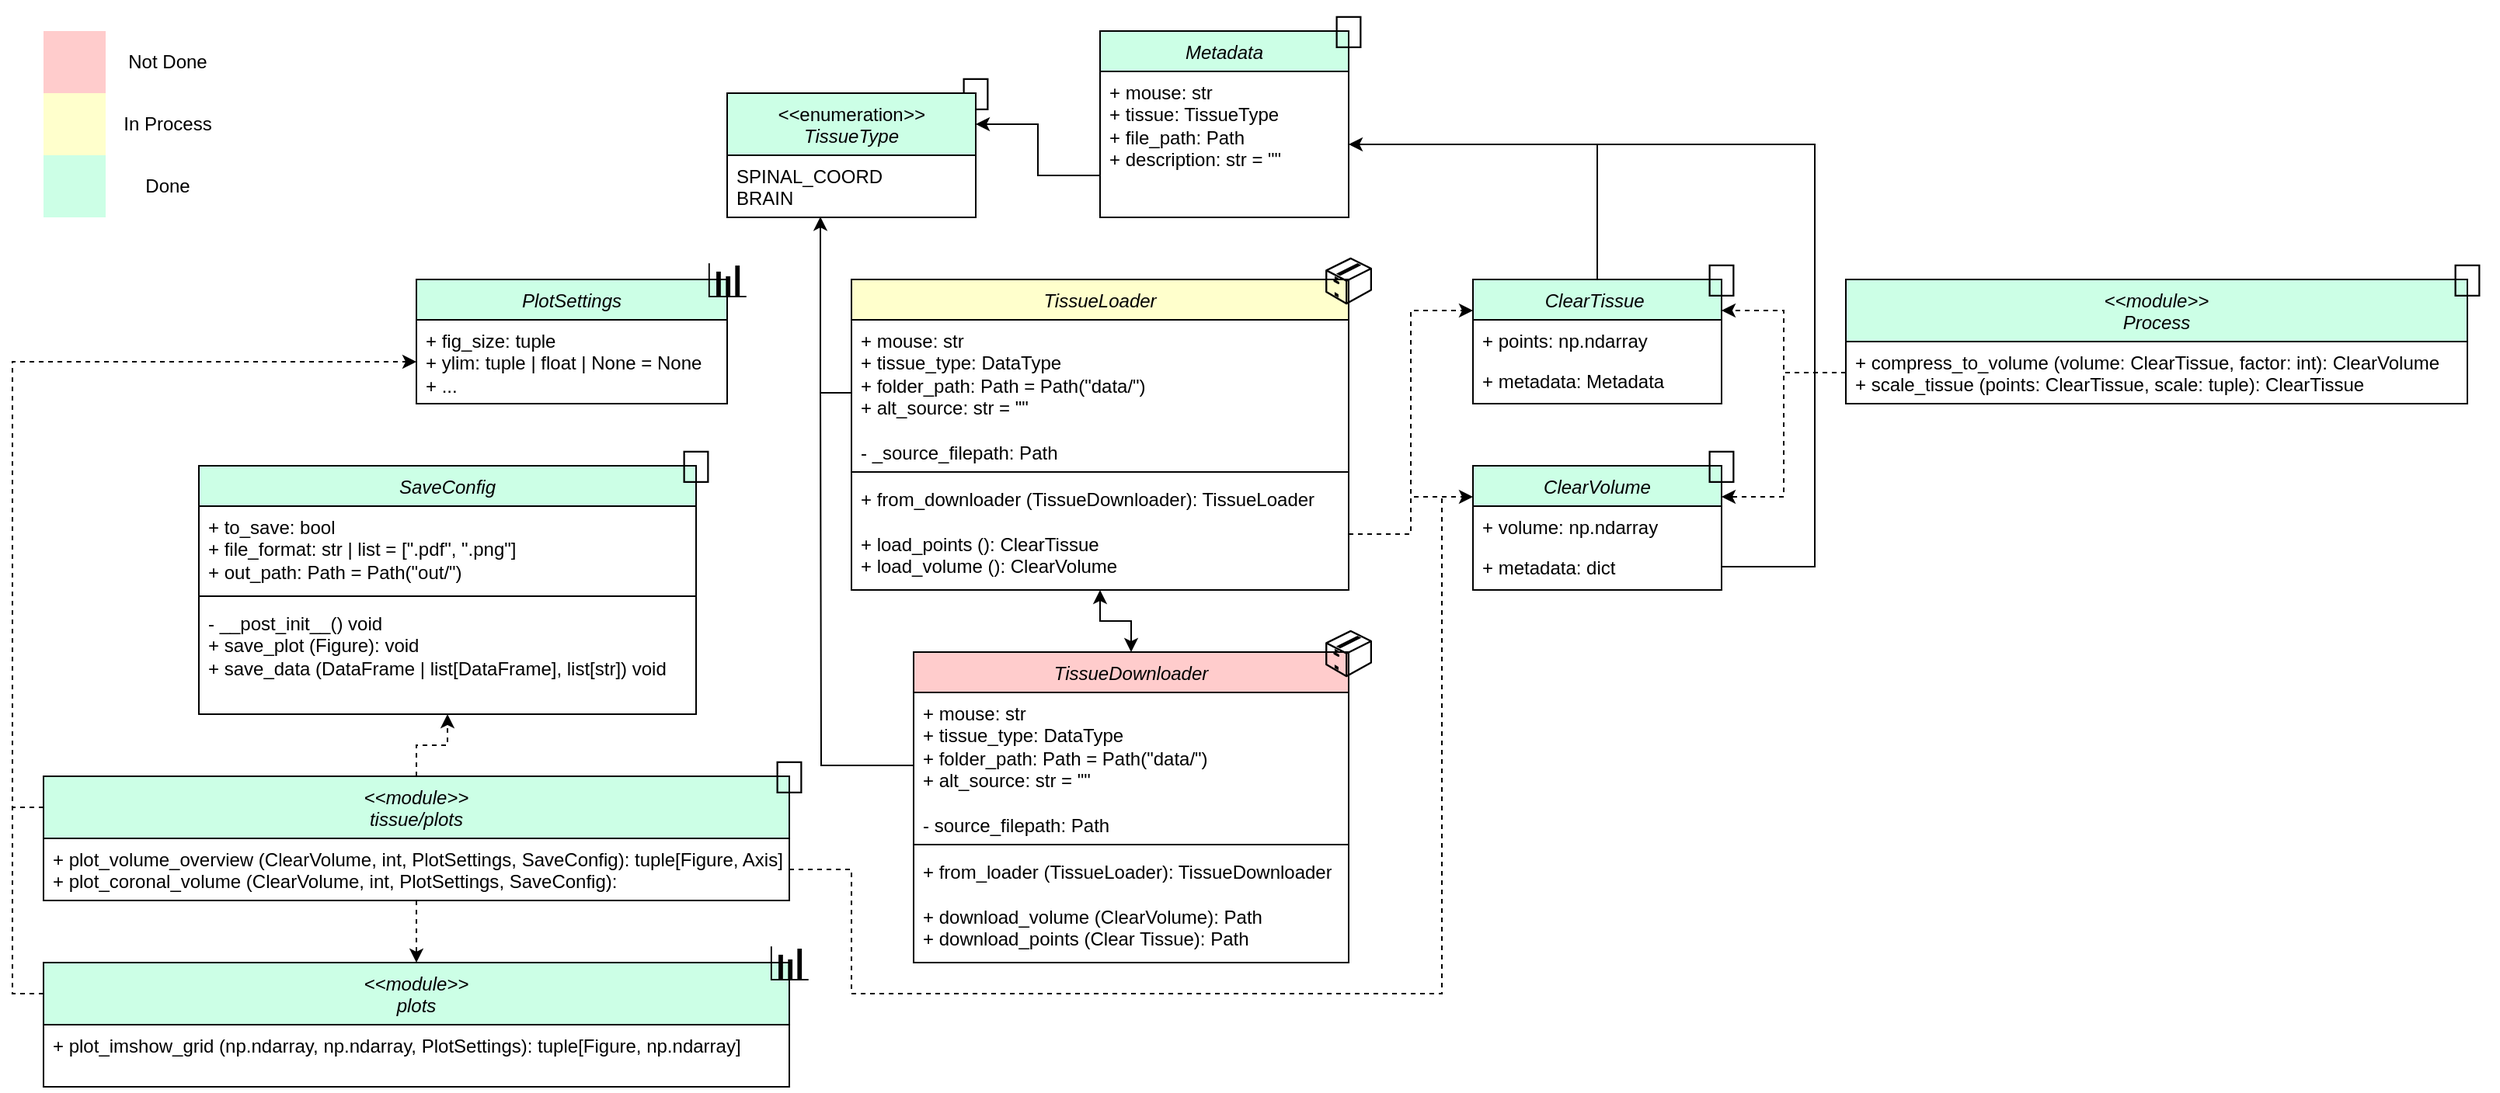
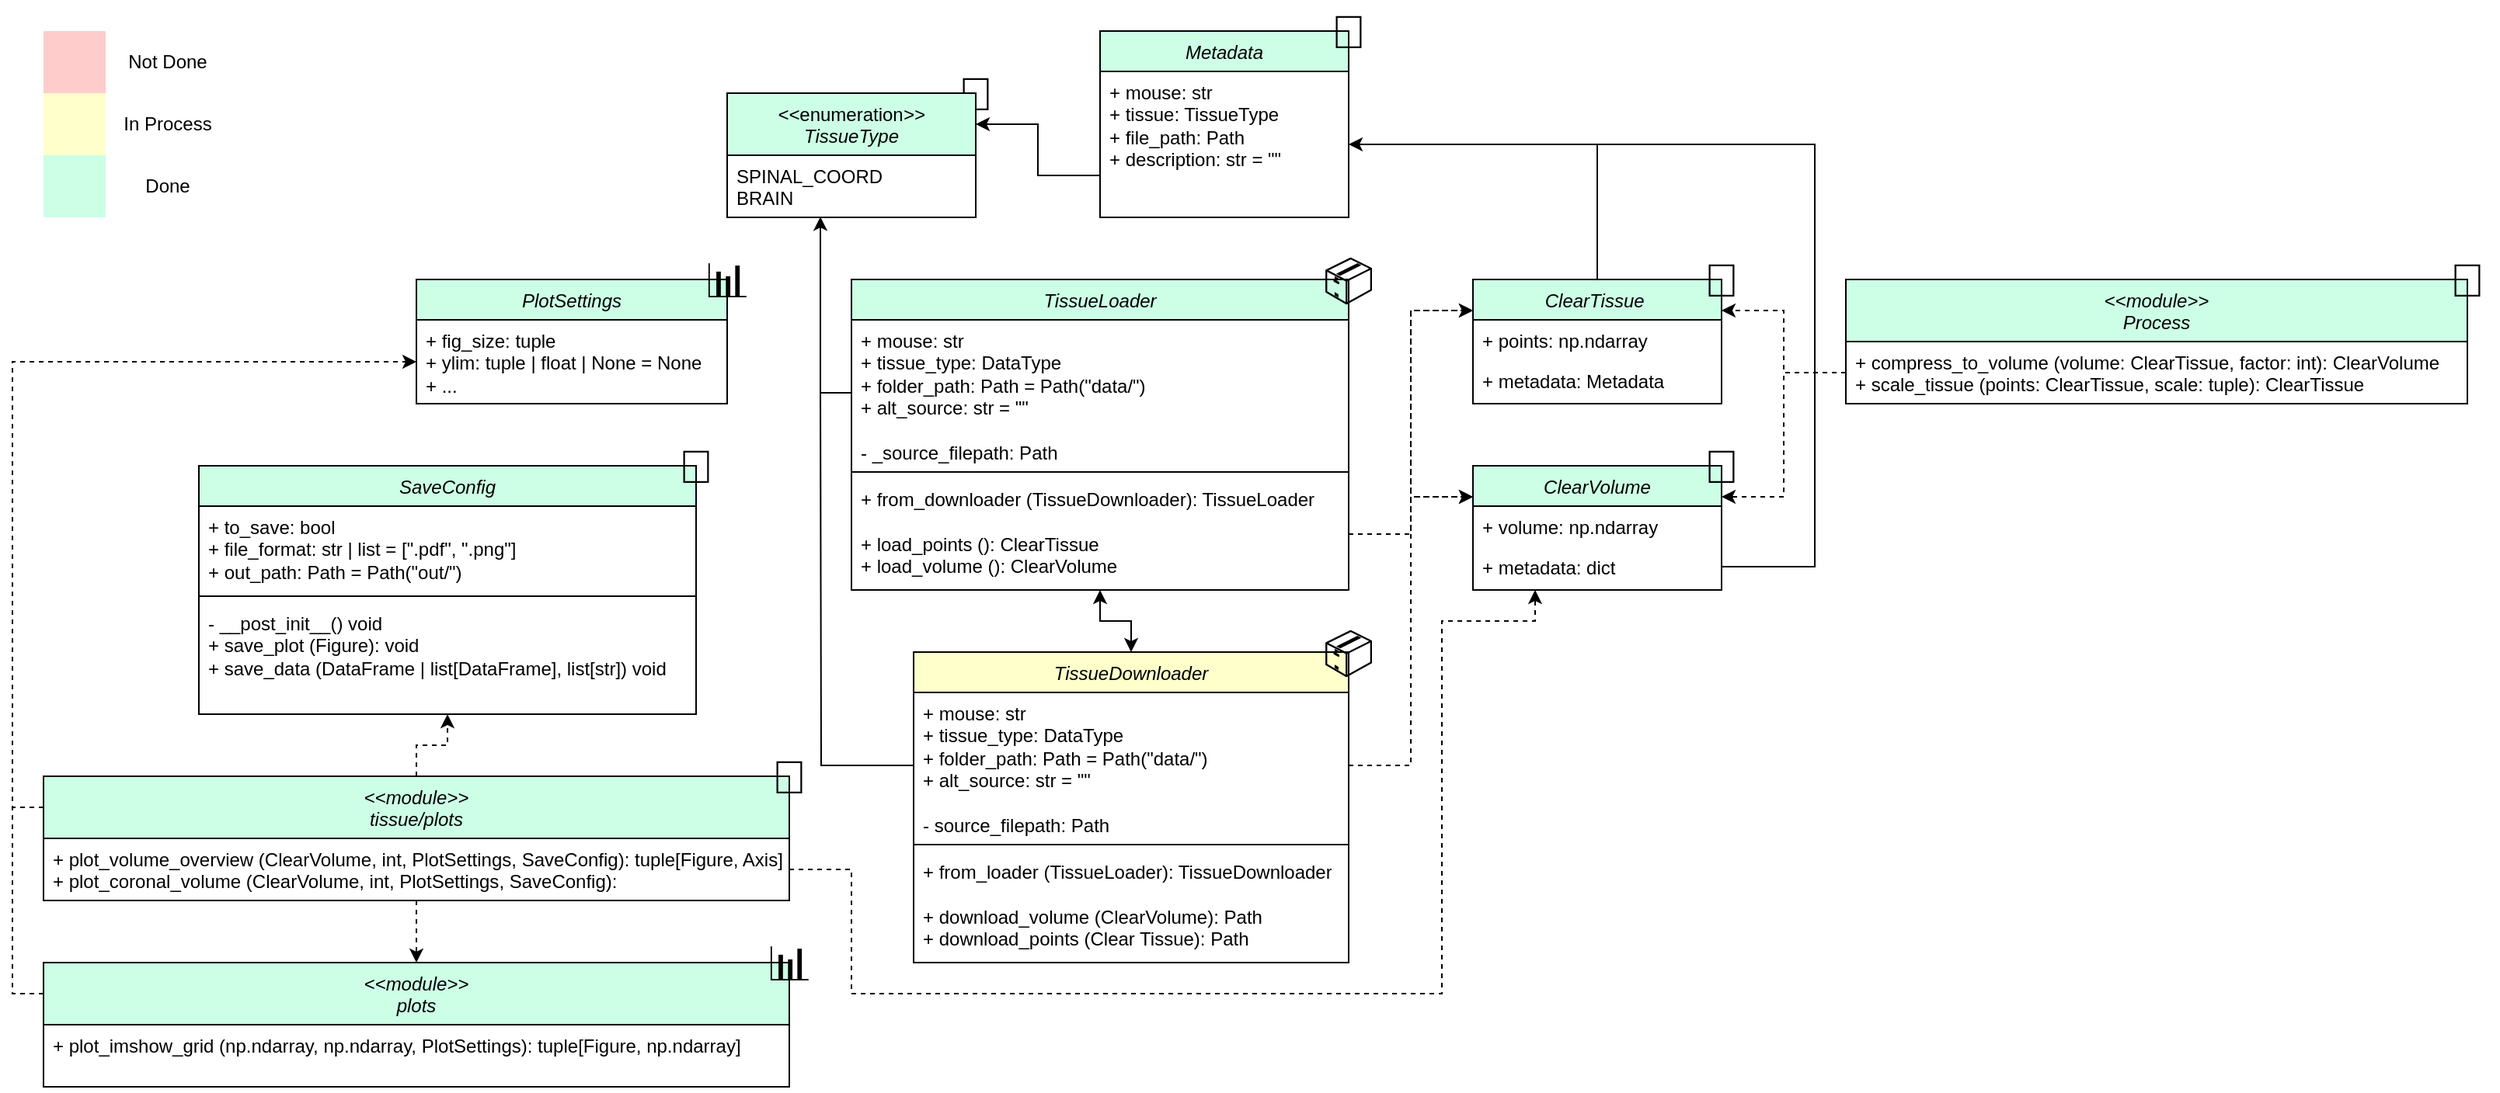
<mxfile host="Electron" agent="Mozilla/5.0 (Macintosh; Intel Mac OS X 10_15_7) AppleWebKit/537.36 (KHTML, like Gecko) draw.io/29.6.1 Chrome/142.0.7444.265 Electron/39.8.0 Safari/537.36" version="29.6.1">
  <diagram id="C5RBs43oDa-KdzZeNtuy" name="Page-1">
    <mxGraphModel dx="2549" dy="1060" grid="1" gridSize="10" guides="1" tooltips="1" connect="1" arrows="1" fold="1" page="1" pageScale="1" pageWidth="827" pageHeight="1169" math="0" shadow="0">
      <root>
        <mxCell id="WIyWlLk6GJQsqaUBKTNV-0" />
        <mxCell id="WIyWlLk6GJQsqaUBKTNV-1" parent="WIyWlLk6GJQsqaUBKTNV-0" />
        <mxCell id="9kSy1MCf90ZuvKtcXz_z-20" edge="1" parent="WIyWlLk6GJQsqaUBKTNV-1" source="9kSy1MCf90ZuvKtcXz_z-16" style="edgeStyle=orthogonalEdgeStyle;rounded=0;orthogonalLoop=1;jettySize=auto;html=1;exitX=0.5;exitY=0;exitDx=0;exitDy=0;startArrow=classic;startFill=1;" target="KJ-KwieZcmjA-HbrrtZJ-0">
          <mxGeometry relative="1" as="geometry" />
        </mxCell>
-         <mxCell id="9kSy1MCf90ZuvKtcXz_z-16" parent="WIyWlLk6GJQsqaUBKTNV-1" style="swimlane;fontStyle=1;align=center;verticalAlign=top;childLayout=stackLayout;horizontal=1;startSize=26;horizontalStack=0;resizeParent=1;resizeParentMax=0;resizeLast=0;collapsible=1;marginBottom=0;whiteSpace=wrap;html=1;fillColor=#FFCCCC;" value="&lt;i style=&quot;font-weight: normal;&quot;&gt;TissueDownloader&lt;/i&gt;" vertex="1">
+         <mxCell id="9kSy1MCf90ZuvKtcXz_z-16" parent="WIyWlLk6GJQsqaUBKTNV-1" style="swimlane;fontStyle=1;align=center;verticalAlign=top;childLayout=stackLayout;horizontal=1;startSize=26;horizontalStack=0;resizeParent=1;resizeParentMax=0;resizeLast=0;collapsible=1;marginBottom=0;whiteSpace=wrap;html=1;fillColor=#FFFFCC;" value="&lt;i style=&quot;font-weight: normal;&quot;&gt;TissueDownloader&lt;/i&gt;" vertex="1">
          <mxGeometry height="200" width="280" x="-200" y="440" as="geometry" />
        </mxCell>
        <mxCell id="9kSy1MCf90ZuvKtcXz_z-35" edge="1" parent="9kSy1MCf90ZuvKtcXz_z-16" source="9kSy1MCf90ZuvKtcXz_z-17" style="edgeStyle=orthogonalEdgeStyle;rounded=0;orthogonalLoop=1;jettySize=auto;html=1;exitX=0;exitY=0.5;exitDx=0;exitDy=0;endArrow=none;endFill=0;">
          <mxGeometry relative="1" as="geometry">
            <mxPoint x="20" y="73" as="sourcePoint" />
            <mxPoint x="-60" y="-170" as="targetPoint" />
          </mxGeometry>
        </mxCell>
        <mxCell id="9kSy1MCf90ZuvKtcXz_z-17" parent="9kSy1MCf90ZuvKtcXz_z-16" style="text;strokeColor=none;fillColor=none;align=left;verticalAlign=top;spacingLeft=4;spacingRight=4;overflow=hidden;rotatable=0;points=[[0,0.5],[1,0.5]];portConstraint=eastwest;whiteSpace=wrap;html=1;" value="&lt;div&gt;+ mouse: str&lt;/div&gt;&lt;div&gt;+ tissue_type: DataType&lt;/div&gt;&lt;div&gt;+ folder_path: Path = Path(&quot;data/&quot;)&lt;/div&gt;&lt;div&gt;+ alt_source: str = &quot;&quot;&lt;/div&gt;&lt;div&gt;&lt;br&gt;&lt;/div&gt;&lt;div&gt;- source_filepath: Path&lt;/div&gt;" vertex="1">
          <mxGeometry height="94" width="280" y="26" as="geometry" />
        </mxCell>
        <mxCell id="9kSy1MCf90ZuvKtcXz_z-18" parent="9kSy1MCf90ZuvKtcXz_z-16" style="line;strokeWidth=1;fillColor=none;align=left;verticalAlign=middle;spacingTop=-1;spacingLeft=3;spacingRight=3;rotatable=0;labelPosition=right;points=[];portConstraint=eastwest;strokeColor=inherit;" value="" vertex="1">
          <mxGeometry height="8" width="280" y="120" as="geometry" />
        </mxCell>
        <mxCell id="9kSy1MCf90ZuvKtcXz_z-19" parent="9kSy1MCf90ZuvKtcXz_z-16" style="text;strokeColor=none;fillColor=none;align=left;verticalAlign=top;spacingLeft=4;spacingRight=4;overflow=hidden;rotatable=0;points=[[0,0.5],[1,0.5]];portConstraint=eastwest;whiteSpace=wrap;html=1;" value="&lt;div&gt;+ from_loader (TissueLoader): TissueDownloader&lt;/div&gt;&lt;div&gt;&lt;br&gt;&lt;/div&gt;+ download_volume (ClearVolume): Path&lt;div&gt;+ download_points (Clear Tissue): Path&lt;/div&gt;" vertex="1">
          <mxGeometry height="72" width="280" y="128" as="geometry" />
        </mxCell>
        <mxCell id="9kSy1MCf90ZuvKtcXz_z-25" edge="1" parent="WIyWlLk6GJQsqaUBKTNV-1" source="9kSy1MCf90ZuvKtcXz_z-7" style="edgeStyle=orthogonalEdgeStyle;rounded=0;orthogonalLoop=1;jettySize=auto;html=1;exitX=0;exitY=0.25;exitDx=0;exitDy=0;entryX=0;entryY=0.5;entryDx=0;entryDy=0;dashed=1;" target="KJ-KwieZcmjA-HbrrtZJ-34">
          <mxGeometry relative="1" as="geometry" />
        </mxCell>
        <mxCell id="9kSy1MCf90ZuvKtcXz_z-7" parent="WIyWlLk6GJQsqaUBKTNV-1" style="swimlane;fontStyle=1;align=center;verticalAlign=top;childLayout=stackLayout;horizontal=1;startSize=40;horizontalStack=0;resizeParent=1;resizeParentMax=0;resizeLast=0;collapsible=1;marginBottom=0;whiteSpace=wrap;html=1;fillColor=#CCFFE6;" value="&lt;div&gt;&lt;i style=&quot;font-weight: normal;&quot;&gt;&amp;lt;&amp;lt;module&amp;gt;&amp;gt;&lt;/i&gt;&lt;i style=&quot;font-weight: normal;&quot;&gt;&lt;/i&gt;&lt;/div&gt;&lt;i style=&quot;font-weight: normal;&quot;&gt;plots&lt;/i&gt;" vertex="1">
          <mxGeometry height="80" width="480" x="-760" y="640" as="geometry" />
        </mxCell>
        <mxCell id="9kSy1MCf90ZuvKtcXz_z-8" parent="9kSy1MCf90ZuvKtcXz_z-7" style="text;strokeColor=none;fillColor=none;align=left;verticalAlign=top;spacingLeft=4;spacingRight=4;overflow=hidden;rotatable=0;points=[[0,0.5],[1,0.5]];portConstraint=eastwest;whiteSpace=wrap;html=1;" value="+ plot_imshow_grid (np.ndarray, np.ndarray, PlotSettings): tuple[Figure, np.ndarray]" vertex="1">
          <mxGeometry height="40" width="480" y="40" as="geometry" />
        </mxCell>
        <mxCell id="9kSy1MCf90ZuvKtcXz_z-2" parent="WIyWlLk6GJQsqaUBKTNV-1" style="swimlane;fontStyle=1;align=center;verticalAlign=top;childLayout=stackLayout;horizontal=1;startSize=26;horizontalStack=0;resizeParent=1;resizeParentMax=0;resizeLast=0;collapsible=1;marginBottom=0;whiteSpace=wrap;html=1;fillColor=#CCFFE6;" value="&lt;i style=&quot;font-weight: normal;&quot;&gt;SaveConfig&lt;/i&gt;" vertex="1">
          <mxGeometry height="160" width="320" x="-660" y="320" as="geometry" />
        </mxCell>
        <mxCell id="9kSy1MCf90ZuvKtcXz_z-3" parent="9kSy1MCf90ZuvKtcXz_z-2" style="text;strokeColor=none;fillColor=none;align=left;verticalAlign=top;spacingLeft=4;spacingRight=4;overflow=hidden;rotatable=0;points=[[0,0.5],[1,0.5]];portConstraint=eastwest;whiteSpace=wrap;html=1;" value="+ to_save&lt;span style=&quot;color: light-dark(rgb(0, 0, 0), rgb(255, 255, 255)); background-color: transparent;&quot;&gt;: bool&lt;/span&gt;&lt;div&gt;+ file_format: str | list = [&quot;.pdf&quot;, &quot;.png&quot;]&lt;/div&gt;&lt;div&gt;+ out_path: Path = Path(&quot;out/&quot;)&lt;/div&gt;" vertex="1">
          <mxGeometry height="54" width="320" y="26" as="geometry" />
        </mxCell>
        <mxCell id="9kSy1MCf90ZuvKtcXz_z-4" parent="9kSy1MCf90ZuvKtcXz_z-2" style="line;strokeWidth=1;fillColor=none;align=left;verticalAlign=middle;spacingTop=-1;spacingLeft=3;spacingRight=3;rotatable=0;labelPosition=right;points=[];portConstraint=eastwest;strokeColor=inherit;" value="" vertex="1">
          <mxGeometry height="8" width="320" y="80" as="geometry" />
        </mxCell>
        <mxCell id="9kSy1MCf90ZuvKtcXz_z-5" parent="9kSy1MCf90ZuvKtcXz_z-2" style="text;strokeColor=none;fillColor=none;align=left;verticalAlign=top;spacingLeft=4;spacingRight=4;overflow=hidden;rotatable=0;points=[[0,0.5],[1,0.5]];portConstraint=eastwest;whiteSpace=wrap;html=1;" value="&lt;div&gt;- __post_init__() void&lt;/div&gt;+ save_plot (Figure): void&lt;div&gt;+ save_data (DataFrame | list[DataFrame], list[str]) void&lt;/div&gt;" vertex="1">
          <mxGeometry height="72" width="320" y="88" as="geometry" />
        </mxCell>
        <mxCell id="zkfFHV4jXpPFQw0GAbJ--0" parent="WIyWlLk6GJQsqaUBKTNV-1" style="swimlane;fontStyle=2;align=center;verticalAlign=top;childLayout=stackLayout;horizontal=1;startSize=26;horizontalStack=0;resizeParent=1;resizeLast=0;collapsible=1;marginBottom=0;rounded=0;shadow=0;strokeWidth=1;fillColor=#CCFFE6;" value="ClearTissue " vertex="1">
          <mxGeometry height="80" width="160" x="160" y="200" as="geometry">
            <mxRectangle height="26" width="160" x="360" y="40" as="alternateBounds" />
          </mxGeometry>
        </mxCell>
        <mxCell id="zkfFHV4jXpPFQw0GAbJ--1" parent="zkfFHV4jXpPFQw0GAbJ--0" style="text;align=left;verticalAlign=top;spacingLeft=4;spacingRight=4;overflow=hidden;rotatable=0;points=[[0,0.5],[1,0.5]];portConstraint=eastwest;" value="+ points: np.ndarray" vertex="1">
          <mxGeometry height="26" width="160" y="26" as="geometry" />
        </mxCell>
        <mxCell id="zkfFHV4jXpPFQw0GAbJ--2" parent="zkfFHV4jXpPFQw0GAbJ--0" style="text;align=left;verticalAlign=top;spacingLeft=4;spacingRight=4;overflow=hidden;rotatable=0;points=[[0,0.5],[1,0.5]];portConstraint=eastwest;rounded=0;shadow=0;html=0;" value="+ metadata: Metadata" vertex="1">
          <mxGeometry height="26" width="160" y="52" as="geometry" />
        </mxCell>
-         <mxCell id="KJ-KwieZcmjA-HbrrtZJ-0" parent="WIyWlLk6GJQsqaUBKTNV-1" style="swimlane;fontStyle=1;align=center;verticalAlign=top;childLayout=stackLayout;horizontal=1;startSize=26;horizontalStack=0;resizeParent=1;resizeParentMax=0;resizeLast=0;collapsible=1;marginBottom=0;whiteSpace=wrap;html=1;fillColor=#FFFFCC;" value="&lt;i style=&quot;font-weight: normal;&quot;&gt;TissueLoader&lt;/i&gt;" vertex="1">
+         <mxCell id="KJ-KwieZcmjA-HbrrtZJ-0" parent="WIyWlLk6GJQsqaUBKTNV-1" style="swimlane;fontStyle=1;align=center;verticalAlign=top;childLayout=stackLayout;horizontal=1;startSize=26;horizontalStack=0;resizeParent=1;resizeParentMax=0;resizeLast=0;collapsible=1;marginBottom=0;whiteSpace=wrap;html=1;fillColor=#CCFFE6;" value="&lt;i style=&quot;font-weight: normal;&quot;&gt;TissueLoader&lt;/i&gt;" vertex="1">
          <mxGeometry height="200" width="320" x="-240" y="200" as="geometry" />
        </mxCell>
        <mxCell id="KJ-KwieZcmjA-HbrrtZJ-1" parent="KJ-KwieZcmjA-HbrrtZJ-0" style="text;strokeColor=none;fillColor=none;align=left;verticalAlign=top;spacingLeft=4;spacingRight=4;overflow=hidden;rotatable=0;points=[[0,0.5],[1,0.5]];portConstraint=eastwest;whiteSpace=wrap;html=1;" value="&lt;div&gt;+ mouse: str&lt;/div&gt;&lt;div&gt;+ tissue_type: DataType&lt;/div&gt;&lt;div&gt;+ folder_path: Path = Path(&quot;data/&quot;)&lt;/div&gt;&lt;div&gt;+ alt_source: str = &quot;&quot;&lt;/div&gt;&lt;div&gt;&lt;br&gt;&lt;/div&gt;&lt;div&gt;- _source_filepath: Path&lt;/div&gt;" vertex="1">
          <mxGeometry height="94" width="320" y="26" as="geometry" />
        </mxCell>
        <mxCell id="KJ-KwieZcmjA-HbrrtZJ-2" parent="KJ-KwieZcmjA-HbrrtZJ-0" style="line;strokeWidth=1;fillColor=none;align=left;verticalAlign=middle;spacingTop=-1;spacingLeft=3;spacingRight=3;rotatable=0;labelPosition=right;points=[];portConstraint=eastwest;strokeColor=inherit;" value="" vertex="1">
          <mxGeometry height="8" width="320" y="120" as="geometry" />
        </mxCell>
        <mxCell id="KJ-KwieZcmjA-HbrrtZJ-3" parent="KJ-KwieZcmjA-HbrrtZJ-0" style="text;strokeColor=none;fillColor=none;align=left;verticalAlign=top;spacingLeft=4;spacingRight=4;overflow=hidden;rotatable=0;points=[[0,0.5],[1,0.5]];portConstraint=eastwest;whiteSpace=wrap;html=1;" value="&lt;div&gt;&lt;span style=&quot;background-color: transparent; color: light-dark(rgb(0, 0, 0), rgb(255, 255, 255));&quot;&gt;+ from_downloader (TissueDownloader): TissueLoader&lt;/span&gt;&lt;/div&gt;&lt;div&gt;&lt;span style=&quot;background-color: transparent; color: light-dark(rgb(0, 0, 0), rgb(255, 255, 255));&quot;&gt;&lt;br&gt;&lt;/span&gt;&lt;/div&gt;&lt;div&gt;&lt;span style=&quot;background-color: transparent; color: light-dark(rgb(0, 0, 0), rgb(255, 255, 255));&quot;&gt;+ load_points (): ClearTissue&lt;/span&gt;&lt;/div&gt;&lt;div&gt;&lt;span style=&quot;background-color: transparent;&quot;&gt;&lt;font style=&quot;color: light-dark(rgb(0, 0, 0), rgb(255, 255, 255));&quot;&gt;+ load_volume (): ClearVolume&lt;/font&gt;&lt;/span&gt;&lt;/div&gt;&lt;div&gt;&lt;span style=&quot;background-color: transparent;&quot;&gt;&lt;font style=&quot;color: light-dark(rgb(0, 0, 0), rgb(255, 255, 255));&quot;&gt;&lt;br&gt;&lt;/font&gt;&lt;/span&gt;&lt;/div&gt;" vertex="1">
          <mxGeometry height="72" width="320" y="128" as="geometry" />
        </mxCell>
        <mxCell id="KJ-KwieZcmjA-HbrrtZJ-15" edge="1" parent="WIyWlLk6GJQsqaUBKTNV-1" source="KJ-KwieZcmjA-HbrrtZJ-3" style="edgeStyle=orthogonalEdgeStyle;rounded=0;orthogonalLoop=1;jettySize=auto;html=1;exitX=1;exitY=0.5;exitDx=0;exitDy=0;entryX=0;entryY=0.25;entryDx=0;entryDy=0;dashed=1;" target="zkfFHV4jXpPFQw0GAbJ--0">
          <mxGeometry relative="1" as="geometry" />
        </mxCell>
        <mxCell id="KJ-KwieZcmjA-HbrrtZJ-16" parent="WIyWlLk6GJQsqaUBKTNV-1" style="swimlane;fontStyle=2;align=center;verticalAlign=top;childLayout=stackLayout;horizontal=1;startSize=26;horizontalStack=0;resizeParent=1;resizeLast=0;collapsible=1;marginBottom=0;rounded=0;shadow=0;strokeWidth=1;fillColor=light-dark(#ccffe6, #1f2f1e);" value="ClearVolume" vertex="1">
          <mxGeometry height="80" width="160" x="160" y="320" as="geometry">
            <mxRectangle height="26" width="160" x="360" y="40" as="alternateBounds" />
          </mxGeometry>
        </mxCell>
        <mxCell id="KJ-KwieZcmjA-HbrrtZJ-17" parent="KJ-KwieZcmjA-HbrrtZJ-16" style="text;align=left;verticalAlign=top;spacingLeft=4;spacingRight=4;overflow=hidden;rotatable=0;points=[[0,0.5],[1,0.5]];portConstraint=eastwest;" value="+ volume: np.ndarray" vertex="1">
          <mxGeometry height="26" width="160" y="26" as="geometry" />
        </mxCell>
        <mxCell id="KJ-KwieZcmjA-HbrrtZJ-18" parent="KJ-KwieZcmjA-HbrrtZJ-16" style="text;align=left;verticalAlign=top;spacingLeft=4;spacingRight=4;overflow=hidden;rotatable=0;points=[[0,0.5],[1,0.5]];portConstraint=eastwest;rounded=0;shadow=0;html=0;" value="+ metadata: dict" vertex="1">
          <mxGeometry height="26" width="160" y="52" as="geometry" />
        </mxCell>
        <mxCell id="KJ-KwieZcmjA-HbrrtZJ-19" edge="1" parent="WIyWlLk6GJQsqaUBKTNV-1" source="KJ-KwieZcmjA-HbrrtZJ-3" style="edgeStyle=orthogonalEdgeStyle;rounded=0;orthogonalLoop=1;jettySize=auto;html=1;exitX=1;exitY=0.5;exitDx=0;exitDy=0;entryX=0;entryY=0.25;entryDx=0;entryDy=0;dashed=1;" target="KJ-KwieZcmjA-HbrrtZJ-16">
          <mxGeometry relative="1" as="geometry" />
        </mxCell>
        <mxCell id="KJ-KwieZcmjA-HbrrtZJ-23" parent="WIyWlLk6GJQsqaUBKTNV-1" style="swimlane;fontStyle=1;align=center;verticalAlign=top;childLayout=stackLayout;horizontal=1;startSize=40;horizontalStack=0;resizeParent=1;resizeParentMax=0;resizeLast=0;collapsible=1;marginBottom=0;whiteSpace=wrap;html=1;fillColor=light-dark(#ccffe6, #1f2f1e);" value="&lt;div&gt;&lt;i style=&quot;font-weight: normal;&quot;&gt;&amp;lt;&amp;lt;module&amp;gt;&amp;gt;&lt;/i&gt;&lt;/div&gt;&lt;i style=&quot;font-weight: normal;&quot;&gt;Process&lt;/i&gt;" vertex="1">
          <mxGeometry height="80" width="400" x="400" y="200" as="geometry" />
        </mxCell>
        <mxCell id="KJ-KwieZcmjA-HbrrtZJ-26" parent="KJ-KwieZcmjA-HbrrtZJ-23" style="text;strokeColor=none;fillColor=none;align=left;verticalAlign=top;spacingLeft=4;spacingRight=4;overflow=hidden;rotatable=0;points=[[0,0.5],[1,0.5]];portConstraint=eastwest;whiteSpace=wrap;html=1;" value="+ compress_to_volume (volume: ClearTissue, factor: int): ClearVolume&lt;div&gt;+ scale_tissue (points: ClearTissue, scale: tuple): ClearTissue&lt;/div&gt;" vertex="1">
          <mxGeometry height="40" width="400" y="40" as="geometry" />
        </mxCell>
        <mxCell id="KJ-KwieZcmjA-HbrrtZJ-27" edge="1" parent="WIyWlLk6GJQsqaUBKTNV-1" source="KJ-KwieZcmjA-HbrrtZJ-26" style="edgeStyle=orthogonalEdgeStyle;rounded=0;orthogonalLoop=1;jettySize=auto;html=1;exitX=0;exitY=0.5;exitDx=0;exitDy=0;entryX=1;entryY=0.25;entryDx=0;entryDy=0;dashed=1;" target="zkfFHV4jXpPFQw0GAbJ--0">
          <mxGeometry relative="1" as="geometry" />
        </mxCell>
        <mxCell id="KJ-KwieZcmjA-HbrrtZJ-28" edge="1" parent="WIyWlLk6GJQsqaUBKTNV-1" source="KJ-KwieZcmjA-HbrrtZJ-26" style="edgeStyle=orthogonalEdgeStyle;rounded=0;orthogonalLoop=1;jettySize=auto;html=1;exitX=0;exitY=0.5;exitDx=0;exitDy=0;entryX=1;entryY=0.25;entryDx=0;entryDy=0;dashed=1;" target="KJ-KwieZcmjA-HbrrtZJ-16">
          <mxGeometry relative="1" as="geometry" />
        </mxCell>
        <mxCell id="9kSy1MCf90ZuvKtcXz_z-9" edge="1" parent="WIyWlLk6GJQsqaUBKTNV-1" source="KJ-KwieZcmjA-HbrrtZJ-29" style="edgeStyle=orthogonalEdgeStyle;rounded=0;orthogonalLoop=1;jettySize=auto;html=1;exitX=0.5;exitY=1;exitDx=0;exitDy=0;entryX=0.5;entryY=0;entryDx=0;entryDy=0;dashed=1;" target="9kSy1MCf90ZuvKtcXz_z-7">
          <mxGeometry relative="1" as="geometry" />
        </mxCell>
        <mxCell id="9kSy1MCf90ZuvKtcXz_z-29" edge="1" parent="WIyWlLk6GJQsqaUBKTNV-1" source="KJ-KwieZcmjA-HbrrtZJ-29" style="edgeStyle=orthogonalEdgeStyle;rounded=0;orthogonalLoop=1;jettySize=auto;html=1;exitX=0;exitY=0.25;exitDx=0;exitDy=0;dashed=1;endArrow=none;endFill=0;">
          <mxGeometry relative="1" as="geometry">
            <mxPoint x="-780" y="540" as="targetPoint" />
          </mxGeometry>
        </mxCell>
        <mxCell id="9kSy1MCf90ZuvKtcXz_z-30" edge="1" parent="WIyWlLk6GJQsqaUBKTNV-1" source="KJ-KwieZcmjA-HbrrtZJ-29" style="edgeStyle=orthogonalEdgeStyle;rounded=0;orthogonalLoop=1;jettySize=auto;html=1;exitX=0.5;exitY=0;exitDx=0;exitDy=0;dashed=1;" target="9kSy1MCf90ZuvKtcXz_z-2">
          <mxGeometry relative="1" as="geometry" />
        </mxCell>
        <mxCell id="KJ-KwieZcmjA-HbrrtZJ-29" parent="WIyWlLk6GJQsqaUBKTNV-1" style="swimlane;fontStyle=1;align=center;verticalAlign=top;childLayout=stackLayout;horizontal=1;startSize=40;horizontalStack=0;resizeParent=1;resizeParentMax=0;resizeLast=0;collapsible=1;marginBottom=0;whiteSpace=wrap;html=1;fillColor=#CCFFE6;" value="&lt;div&gt;&lt;i style=&quot;font-weight: normal;&quot;&gt;&amp;lt;&amp;lt;module&amp;gt;&amp;gt;&lt;/i&gt;&lt;i style=&quot;font-weight: normal;&quot;&gt;&lt;/i&gt;&lt;/div&gt;&lt;i style=&quot;font-weight: normal;&quot;&gt;tissue/plots&lt;/i&gt;" vertex="1">
          <mxGeometry height="80" width="480" x="-760" y="520" as="geometry" />
        </mxCell>
        <mxCell id="KJ-KwieZcmjA-HbrrtZJ-32" parent="KJ-KwieZcmjA-HbrrtZJ-29" style="text;strokeColor=none;fillColor=none;align=left;verticalAlign=top;spacingLeft=4;spacingRight=4;overflow=hidden;rotatable=0;points=[[0,0.5],[1,0.5]];portConstraint=eastwest;whiteSpace=wrap;html=1;" value="+ plot_volume_overview (ClearVolume, int, PlotSettings, SaveConfig): tuple[Figure, Axis]&lt;div&gt;+ plot_coronal_volume&amp;nbsp;&lt;span style=&quot;background-color: transparent; color: light-dark(rgb(0, 0, 0), rgb(255, 255, 255));&quot;&gt;(ClearVolume, int,&amp;nbsp;&lt;/span&gt;PlotSettings&lt;span style=&quot;background-color: transparent; color: light-dark(rgb(0, 0, 0), rgb(255, 255, 255));&quot;&gt;, SaveConfig):&lt;/span&gt;&lt;/div&gt;" vertex="1">
          <mxGeometry height="40" width="480" y="40" as="geometry" />
        </mxCell>
        <mxCell id="KJ-KwieZcmjA-HbrrtZJ-33" parent="WIyWlLk6GJQsqaUBKTNV-1" style="swimlane;fontStyle=1;align=center;verticalAlign=top;childLayout=stackLayout;horizontal=1;startSize=26;horizontalStack=0;resizeParent=1;resizeParentMax=0;resizeLast=0;collapsible=1;marginBottom=0;whiteSpace=wrap;html=1;fillColor=#CCFFE6;" value="&lt;span style=&quot;font-weight: 400; text-align: left;&quot;&gt;&lt;i&gt;PlotSettings&lt;/i&gt;&lt;/span&gt;" vertex="1">
          <mxGeometry height="80" width="200" x="-520" y="200" as="geometry" />
        </mxCell>
        <mxCell id="KJ-KwieZcmjA-HbrrtZJ-34" parent="KJ-KwieZcmjA-HbrrtZJ-33" style="text;strokeColor=none;fillColor=none;align=left;verticalAlign=top;spacingLeft=4;spacingRight=4;overflow=hidden;rotatable=0;points=[[0,0.5],[1,0.5]];portConstraint=eastwest;whiteSpace=wrap;html=1;" value="+ fig_size: tuple&lt;div&gt;+ ylim: tuple | float | None = None&lt;/div&gt;&lt;div&gt;+ ...&lt;/div&gt;" vertex="1">
          <mxGeometry height="54" width="200" y="26" as="geometry" />
        </mxCell>
-         <mxCell id="KJ-KwieZcmjA-HbrrtZJ-41" edge="1" parent="WIyWlLk6GJQsqaUBKTNV-1" source="KJ-KwieZcmjA-HbrrtZJ-32" style="edgeStyle=orthogonalEdgeStyle;rounded=0;orthogonalLoop=1;jettySize=auto;html=1;exitX=1;exitY=0.5;exitDx=0;exitDy=0;dashed=1;strokeWidth=1;endArrow=none;endFill=0;">
+         <mxCell id="KJ-KwieZcmjA-HbrrtZJ-41" edge="1" parent="WIyWlLk6GJQsqaUBKTNV-1" source="KJ-KwieZcmjA-HbrrtZJ-32" style="edgeStyle=orthogonalEdgeStyle;rounded=0;orthogonalLoop=1;jettySize=auto;html=1;exitX=1;exitY=0.5;exitDx=0;exitDy=0;dashed=1;strokeWidth=1;endArrow=classic;endFill=1;entryX=0.25;entryY=1;entryDx=0;entryDy=0;" target="KJ-KwieZcmjA-HbrrtZJ-16">
          <mxGeometry relative="1" as="geometry">
            <Array as="points">
              <mxPoint x="-240" y="580" />
              <mxPoint x="-240" y="660" />
              <mxPoint x="140" y="660" />
+               <mxPoint x="140" y="420" />
+               <mxPoint x="200" y="420" />
            </Array>
            <mxPoint x="140" y="340" as="targetPoint" />
          </mxGeometry>
        </mxCell>
        <mxCell id="KJ-KwieZcmjA-HbrrtZJ-43" parent="WIyWlLk6GJQsqaUBKTNV-1" style="rounded=0;whiteSpace=wrap;html=1;strokeColor=none;fillColor=#CCFFE6;" value="" vertex="1">
          <mxGeometry height="40" width="40" x="-760" y="120" as="geometry" />
        </mxCell>
        <mxCell id="KJ-KwieZcmjA-HbrrtZJ-44" parent="WIyWlLk6GJQsqaUBKTNV-1" style="rounded=0;whiteSpace=wrap;html=1;strokeColor=none;fillColor=#FFFFCC;" value="" vertex="1">
          <mxGeometry height="40" width="40" x="-760" y="80" as="geometry" />
        </mxCell>
        <mxCell id="KJ-KwieZcmjA-HbrrtZJ-45" parent="WIyWlLk6GJQsqaUBKTNV-1" style="rounded=0;whiteSpace=wrap;html=1;strokeColor=none;fillColor=#FFCCCC;" value="" vertex="1">
          <mxGeometry height="40" width="40" x="-760" y="40" as="geometry" />
        </mxCell>
        <mxCell id="KJ-KwieZcmjA-HbrrtZJ-46" parent="WIyWlLk6GJQsqaUBKTNV-1" style="text;html=1;whiteSpace=wrap;strokeColor=none;fillColor=none;align=center;verticalAlign=middle;rounded=0;" value="Not Done" vertex="1">
          <mxGeometry height="40" width="80" x="-720" y="40" as="geometry" />
        </mxCell>
        <mxCell id="KJ-KwieZcmjA-HbrrtZJ-47" parent="WIyWlLk6GJQsqaUBKTNV-1" style="text;html=1;whiteSpace=wrap;strokeColor=none;fillColor=none;align=center;verticalAlign=middle;rounded=0;" value="In Process" vertex="1">
          <mxGeometry height="40" width="80" x="-720" y="80" as="geometry" />
        </mxCell>
        <mxCell id="KJ-KwieZcmjA-HbrrtZJ-48" parent="WIyWlLk6GJQsqaUBKTNV-1" style="text;html=1;whiteSpace=wrap;strokeColor=none;fillColor=none;align=center;verticalAlign=middle;rounded=0;" value="Done" vertex="1">
          <mxGeometry height="40" width="80" x="-720" y="120" as="geometry" />
        </mxCell>
        <mxCell id="KJ-KwieZcmjA-HbrrtZJ-51" parent="WIyWlLk6GJQsqaUBKTNV-1" style="text;html=1;whiteSpace=wrap;strokeColor=none;fillColor=none;align=center;verticalAlign=middle;rounded=0;fontSize=30;" value="📦" vertex="1">
          <mxGeometry height="40" width="40" x="60" y="180" as="geometry" />
        </mxCell>
        <mxCell id="KJ-KwieZcmjA-HbrrtZJ-52" parent="WIyWlLk6GJQsqaUBKTNV-1" style="text;html=1;whiteSpace=wrap;strokeColor=none;fillColor=none;align=center;verticalAlign=middle;rounded=0;fontSize=30;" value="🧪" vertex="1">
          <mxGeometry height="40" width="40" x="300" y="180" as="geometry" />
        </mxCell>
        <mxCell id="KJ-KwieZcmjA-HbrrtZJ-53" parent="WIyWlLk6GJQsqaUBKTNV-1" style="text;html=1;whiteSpace=wrap;strokeColor=none;fillColor=none;align=center;verticalAlign=middle;rounded=0;fontSize=30;" value="🧪" vertex="1">
          <mxGeometry height="40" width="40" x="300" y="300" as="geometry" />
        </mxCell>
        <mxCell id="KJ-KwieZcmjA-HbrrtZJ-54" parent="WIyWlLk6GJQsqaUBKTNV-1" style="text;html=1;whiteSpace=wrap;strokeColor=none;fillColor=none;align=center;verticalAlign=middle;rounded=0;fontSize=30;" value="📊" vertex="1">
          <mxGeometry height="40" width="40" x="-300" y="620" as="geometry" />
        </mxCell>
        <mxCell id="KJ-KwieZcmjA-HbrrtZJ-55" parent="WIyWlLk6GJQsqaUBKTNV-1" style="text;html=1;whiteSpace=wrap;strokeColor=none;fillColor=none;align=center;verticalAlign=middle;rounded=0;fontSize=30;" value="📊" vertex="1">
          <mxGeometry height="40" width="40" x="-340" y="180" as="geometry" />
        </mxCell>
        <mxCell id="KJ-KwieZcmjA-HbrrtZJ-56" parent="WIyWlLk6GJQsqaUBKTNV-1" style="text;html=1;whiteSpace=wrap;strokeColor=none;fillColor=none;align=center;verticalAlign=middle;rounded=0;fontSize=30;" value="💾" vertex="1">
          <mxGeometry height="40" width="40" x="-360" y="300" as="geometry" />
        </mxCell>
        <mxCell id="KJ-KwieZcmjA-HbrrtZJ-57" parent="WIyWlLk6GJQsqaUBKTNV-1" style="text;html=1;whiteSpace=wrap;strokeColor=none;fillColor=none;align=center;verticalAlign=middle;rounded=0;fontSize=30;" value="🍔" vertex="1">
          <mxGeometry height="40" width="40" x="780" y="180" as="geometry" />
        </mxCell>
        <mxCell id="KJ-KwieZcmjA-HbrrtZJ-58" parent="WIyWlLk6GJQsqaUBKTNV-1" style="swimlane;fontStyle=1;align=center;verticalAlign=top;childLayout=stackLayout;horizontal=1;startSize=26;horizontalStack=0;resizeParent=1;resizeParentMax=0;resizeLast=0;collapsible=1;marginBottom=0;whiteSpace=wrap;html=1;fillColor=#CCFFE6;" value="&lt;i style=&quot;font-weight: normal;&quot;&gt;Metadata&lt;/i&gt;" vertex="1">
          <mxGeometry height="120" width="160" x="-80" y="40" as="geometry" />
        </mxCell>
        <mxCell id="KJ-KwieZcmjA-HbrrtZJ-59" parent="KJ-KwieZcmjA-HbrrtZJ-58" style="text;strokeColor=none;fillColor=none;align=left;verticalAlign=top;spacingLeft=4;spacingRight=4;overflow=hidden;rotatable=0;points=[[0,0.5],[1,0.5]];portConstraint=eastwest;whiteSpace=wrap;html=1;" value="+ mouse: str&lt;div&gt;+ tissue: TissueType&lt;/div&gt;&lt;div&gt;+ file_path: Path&lt;/div&gt;&lt;div&gt;+ description: str = &quot;&quot;&lt;/div&gt;" vertex="1">
          <mxGeometry height="94" width="160" y="26" as="geometry" />
        </mxCell>
        <mxCell id="KJ-KwieZcmjA-HbrrtZJ-60" parent="WIyWlLk6GJQsqaUBKTNV-1" style="text;html=1;whiteSpace=wrap;strokeColor=none;fillColor=none;align=center;verticalAlign=middle;rounded=0;fontSize=30;" value="🔎" vertex="1">
          <mxGeometry height="40" width="40" x="60" y="20" as="geometry" />
        </mxCell>
        <mxCell id="KJ-KwieZcmjA-HbrrtZJ-61" edge="1" parent="WIyWlLk6GJQsqaUBKTNV-1" source="zkfFHV4jXpPFQw0GAbJ--0" style="edgeStyle=orthogonalEdgeStyle;rounded=0;orthogonalLoop=1;jettySize=auto;html=1;exitX=0.5;exitY=0;exitDx=0;exitDy=0;entryX=1;entryY=0.5;entryDx=0;entryDy=0;" target="KJ-KwieZcmjA-HbrrtZJ-59">
          <mxGeometry relative="1" as="geometry">
            <Array as="points">
              <mxPoint x="240" y="113" />
            </Array>
            <mxPoint x="190" y="100" as="targetPoint" />
          </mxGeometry>
        </mxCell>
        <mxCell id="KJ-KwieZcmjA-HbrrtZJ-64" parent="WIyWlLk6GJQsqaUBKTNV-1" style="text;html=1;whiteSpace=wrap;strokeColor=none;fillColor=none;align=center;verticalAlign=middle;rounded=0;fontSize=30;" value="🧪" vertex="1">
          <mxGeometry height="40" width="40" x="-180" y="60" as="geometry" />
        </mxCell>
        <mxCell id="KJ-KwieZcmjA-HbrrtZJ-65" edge="1" parent="WIyWlLk6GJQsqaUBKTNV-1" source="KJ-KwieZcmjA-HbrrtZJ-59" style="edgeStyle=orthogonalEdgeStyle;rounded=0;orthogonalLoop=1;jettySize=auto;html=1;entryX=1;entryY=0.25;entryDx=0;entryDy=0;" target="KJ-KwieZcmjA-HbrrtZJ-62" value="">
          <mxGeometry relative="1" as="geometry">
            <Array as="points">
              <mxPoint x="-120" y="133" />
              <mxPoint x="-120" y="100" />
            </Array>
          </mxGeometry>
        </mxCell>
        <mxCell id="9kSy1MCf90ZuvKtcXz_z-0" edge="1" parent="WIyWlLk6GJQsqaUBKTNV-1" source="KJ-KwieZcmjA-HbrrtZJ-18" style="edgeStyle=orthogonalEdgeStyle;rounded=0;orthogonalLoop=1;jettySize=auto;html=1;exitX=1;exitY=0.5;exitDx=0;exitDy=0;endArrow=none;endFill=0;">
          <mxGeometry relative="1" as="geometry">
            <Array as="points">
              <mxPoint x="380" y="385" />
              <mxPoint x="380" y="113" />
            </Array>
            <mxPoint x="240" y="113" as="targetPoint" />
          </mxGeometry>
        </mxCell>
        <mxCell id="9kSy1MCf90ZuvKtcXz_z-6" parent="WIyWlLk6GJQsqaUBKTNV-1" style="text;html=1;whiteSpace=wrap;strokeColor=none;fillColor=none;align=center;verticalAlign=middle;rounded=0;fontSize=30;" value="🧪" vertex="1">
          <mxGeometry height="40" width="40" x="-300" y="500" as="geometry" />
        </mxCell>
        <mxCell id="9kSy1MCf90ZuvKtcXz_z-15" parent="WIyWlLk6GJQsqaUBKTNV-1" style="text;html=1;whiteSpace=wrap;strokeColor=none;fillColor=none;align=center;verticalAlign=middle;rounded=0;fontSize=30;" value="📦" vertex="1">
          <mxGeometry height="40" width="40" x="60" y="420" as="geometry" />
        </mxCell>
        <mxCell id="9kSy1MCf90ZuvKtcXz_z-32" edge="1" parent="WIyWlLk6GJQsqaUBKTNV-1" source="KJ-KwieZcmjA-HbrrtZJ-1" style="edgeStyle=orthogonalEdgeStyle;rounded=0;orthogonalLoop=1;jettySize=auto;html=1;exitX=0;exitY=0.5;exitDx=0;exitDy=0;entryX=0.248;entryY=0.989;entryDx=0;entryDy=0;entryPerimeter=0;">
          <mxGeometry relative="1" as="geometry">
            <Array as="points">
              <mxPoint x="-260" y="273" />
              <mxPoint x="-260" y="160" />
            </Array>
            <mxPoint x="-219.9999999999999" y="273" as="sourcePoint" />
            <mxPoint x="-260.31999999999994" y="159.56" as="targetPoint" />
          </mxGeometry>
        </mxCell>
        <mxCell id="KJ-KwieZcmjA-HbrrtZJ-62" parent="WIyWlLk6GJQsqaUBKTNV-1" style="swimlane;fontStyle=1;align=center;verticalAlign=top;childLayout=stackLayout;horizontal=1;startSize=40;horizontalStack=0;resizeParent=1;resizeParentMax=0;resizeLast=0;collapsible=1;marginBottom=0;whiteSpace=wrap;html=1;fillColor=#CCFFE6;" value="&lt;i style=&quot;font-weight: 400;&quot;&gt;&amp;lt;&amp;lt;&lt;/i&gt;&lt;span style=&quot;font-weight: 400;&quot;&gt;enumeration&lt;/span&gt;&lt;i style=&quot;font-weight: 400;&quot;&gt;&amp;gt;&amp;gt;&lt;/i&gt;&lt;br style=&quot;font-weight: 400;&quot;&gt;&lt;i style=&quot;font-weight: 400;&quot;&gt;TissueType&lt;/i&gt;" vertex="1">
          <mxGeometry height="80" width="160" x="-320" y="80" as="geometry" />
        </mxCell>
        <mxCell id="KJ-KwieZcmjA-HbrrtZJ-63" parent="KJ-KwieZcmjA-HbrrtZJ-62" style="text;strokeColor=none;fillColor=none;align=left;verticalAlign=top;spacingLeft=4;spacingRight=4;overflow=hidden;rotatable=0;points=[[0,0.5],[1,0.5]];portConstraint=eastwest;whiteSpace=wrap;html=1;" value="SPINAL_COORD&lt;div&gt;BRAIN&lt;/div&gt;" vertex="1">
          <mxGeometry height="40" width="160" y="40" as="geometry" />
+         </mxCell>
+         <mxCell id="9kSy1MCf90ZuvKtcXz_z-38" edge="1" parent="WIyWlLk6GJQsqaUBKTNV-1" source="9kSy1MCf90ZuvKtcXz_z-17" style="edgeStyle=orthogonalEdgeStyle;rounded=0;orthogonalLoop=1;jettySize=auto;html=1;exitX=1;exitY=0.5;exitDx=0;exitDy=0;entryX=0;entryY=0.25;entryDx=0;entryDy=0;dashed=1;" target="zkfFHV4jXpPFQw0GAbJ--0">
+           <mxGeometry relative="1" as="geometry" />
+         </mxCell>
+         <mxCell id="9kSy1MCf90ZuvKtcXz_z-39" edge="1" parent="WIyWlLk6GJQsqaUBKTNV-1" source="9kSy1MCf90ZuvKtcXz_z-17" style="edgeStyle=orthogonalEdgeStyle;rounded=0;orthogonalLoop=1;jettySize=auto;html=1;exitX=1;exitY=0.5;exitDx=0;exitDy=0;entryX=0;entryY=0.25;entryDx=0;entryDy=0;dashed=1;" target="KJ-KwieZcmjA-HbrrtZJ-16">
+           <mxGeometry relative="1" as="geometry" />
        </mxCell>
      </root>
    </mxGraphModel>
  </diagram>
</mxfile>
